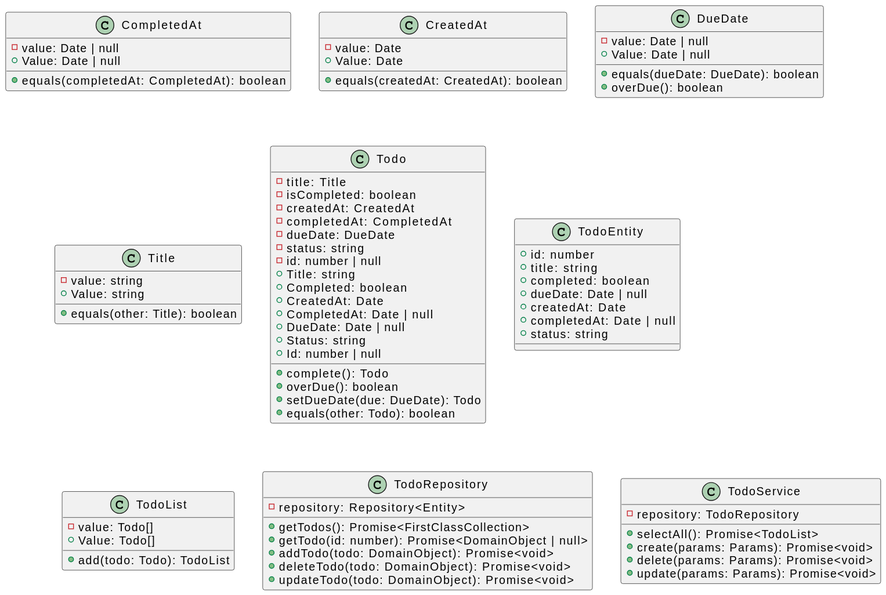
Earlier version of the PlantUML export docs/images/uml.svg (k2works/application_programing_excercise_2022).
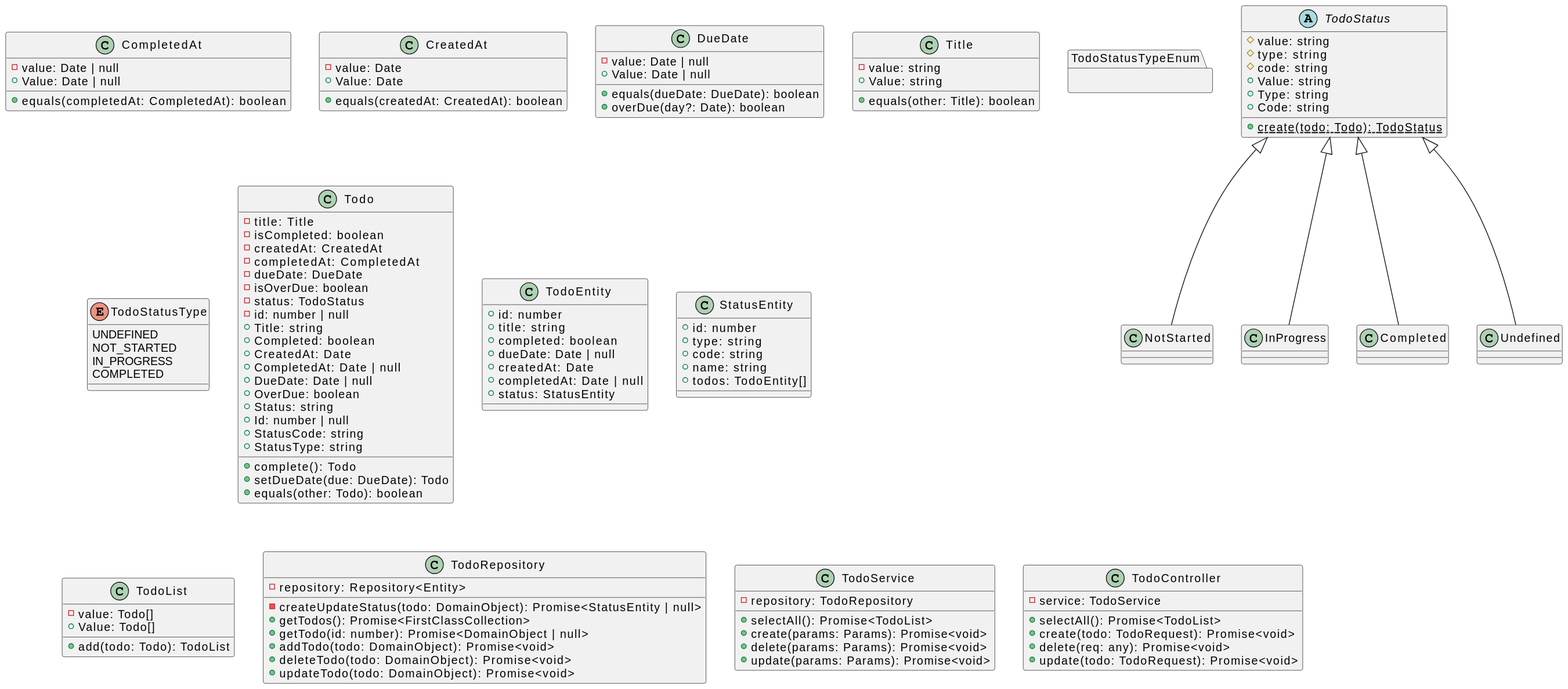
After the change.

The edit, as a diff of the source:
```diff
@@ -13,30 +13,54 @@
     -value: Date | null
     +Value: Date | null
     +equals(dueDate: DueDate): boolean
-    +overDue(): boolean
+    +overDue(day?: Date): boolean
 }
 class Title {
     -value: string
     +Value: string
     +equals(other: Title): boolean
 }
+enum TodoStatusType {
+    UNDEFINED
+    NOT_STARTED
+    IN_PROGRESS
+    COMPLETED
+}
+namespace TodoStatusTypeEnum {
+}
+abstract class TodoStatus {
+    #value: string
+    #type: string
+    #code: string
+    +Value: string
+    +Type: string
+    +Code: string
+    +{static} create(todo: Todo): TodoStatus
+}
+class NotStarted extends TodoStatus
+class InProgress extends TodoStatus
+class Completed extends TodoStatus
+class Undefined extends TodoStatus
 class Todo {
     -title: Title
     -isCompleted: boolean
     -createdAt: CreatedAt
     -completedAt: CompletedAt
     -dueDate: DueDate
-    -status: string
+    -isOverDue: boolean
+    -status: TodoStatus
     -id: number | null
     +Title: string
     +Completed: boolean
     +CreatedAt: Date
     +CompletedAt: Date | null
     +DueDate: Date | null
+    +OverDue: boolean
     +Status: string
     +Id: number | null
+    +StatusCode: string
+    +StatusType: string
     +complete(): Todo
-    +overDue(): boolean
     +setDueDate(due: DueDate): Todo
     +equals(other: Todo): boolean
 }
@@ -47,7 +71,14 @@
     +dueDate: Date | null
     +createdAt: Date
     +completedAt: Date | null
-    +status: string
+    +status: StatusEntity
+}
+class StatusEntity {
+    +id: number
+    +type: string
+    +code: string
+    +name: string
+    +todos: TodoEntity[]
 }
 class TodoList {
     -value: Todo[]
@@ -56,6 +87,7 @@
 }
 class TodoRepository {
     -repository: Repository<Entity>
+    -createUpdateStatus(todo: DomainObject): Promise<StatusEntity | null>
     +getTodos(): Promise<FirstClassCollection>
     +getTodo(id: number): Promise<DomainObject | null>
     +addTodo(todo: DomainObject): Promise<void>
@@ -69,4 +101,11 @@
     +delete(params: Params): Promise<void>
     +update(params: Params): Promise<void>
 }
+class TodoController {
+    -service: TodoService
+    +selectAll(): Promise<TodoList>
+    +create(todo: TodoRequest): Promise<void>
+    +delete(req: any): Promise<void>
+    +update(todo: TodoRequest): Promise<void>
+}
 @enduml
```
